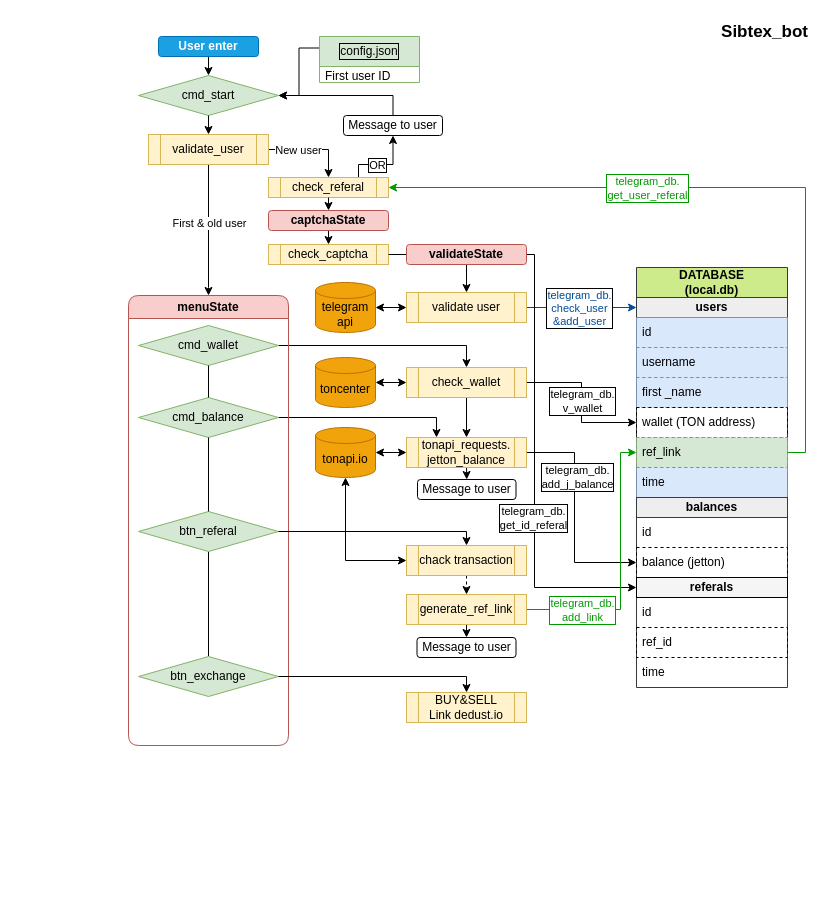
traptor/Sibton keeps this draw.io diagram as sibtex_bot.drawio. Above is the earlier version. Source tidied: cells renumbered, new cells numbered last; positions are measured from the earlier drawing's top-left corner, leaving out a move shared by most shapes. Both pictures are drawn from the tidied source at 100%, with x=0, y=0 at pixel (128, 17).
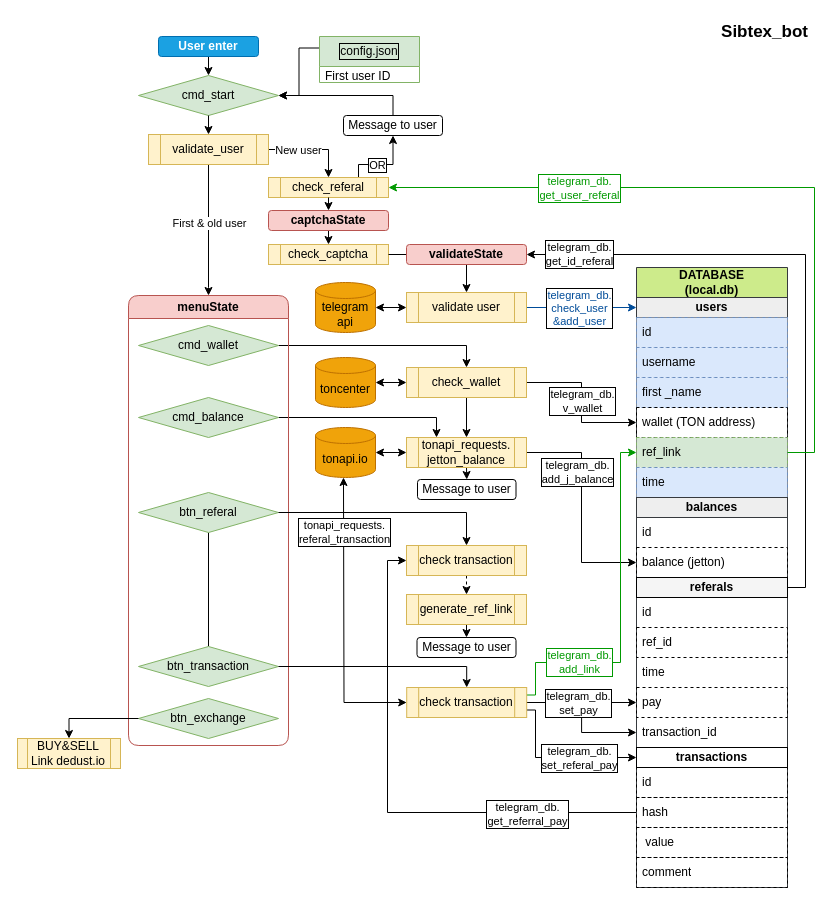
Above is the later version.

Unchanged cells that the change refers to:
```xml
<mxCell id="16" value="ref_link" style="text;strokeColor=#82b366;fillColor=#d5e8d4;align=left;verticalAlign=middle;spacingLeft=4;spacingRight=4;overflow=hidden;points=[[0,0.5],[1,0.5]];portConstraint=eastwest;whiteSpace=wrap;html=1;labelBackgroundColor=none;labelBorderColor=none;shadow=0;dashed=1;" parent="10" vertex="1">
  <mxGeometry y="170" width="151" height="30" as="geometry" />
</mxCell>
<mxCell id="20" value="balance (jetton)" style="text;strokeColor=default;fillColor=none;align=left;verticalAlign=middle;spacingLeft=4;spacingRight=4;overflow=hidden;points=[[0,0.5],[1,0.5]];portConstraint=eastwest;whiteSpace=wrap;html=1;fontColor=#000000;dashed=1;" parent="10" vertex="1">
  <mxGeometry y="280" width="151" height="30" as="geometry" />
</mxCell>
<mxCell id="21" value="&lt;font color=&quot;#000000&quot;&gt;referals&lt;/font&gt;" style="text;strokeColor=#000000;fillColor=#f5f5f5;align=center;verticalAlign=middle;spacingLeft=4;spacingRight=4;overflow=hidden;points=[[0,0.5],[1,0.5]];portConstraint=eastwest;whiteSpace=wrap;html=1;fontColor=#333333;fontStyle=1;gradientColor=none;" parent="10" vertex="1">
  <mxGeometry y="310" width="151" height="20" as="geometry" />
</mxCell>
<mxCell id="27" value="tonapi.io" style="shape=cylinder3;whiteSpace=wrap;html=1;boundedLbl=1;backgroundOutline=1;size=8;fillColor=#f0a30a;fontColor=#000000;strokeColor=#BD7000;" parent="1" vertex="1">
  <mxGeometry x="187" y="410" width="60" height="50" as="geometry" />
</mxCell>
<mxCell id="46" value="generate_ref_link" style="shape=process;whiteSpace=wrap;html=1;backgroundOutline=1;fillColor=#fff2cc;strokeColor=#d6b656;" parent="1" vertex="1">
  <mxGeometry x="278" y="577" width="120" height="30" as="geometry" />
</mxCell>
<mxCell id="57" value="menuState" style="swimlane;whiteSpace=wrap;html=1;fillColor=#f8cecc;strokeColor=#b85450;rounded=1;" parent="1" vertex="1">
  <mxGeometry y="278" width="160" height="450" as="geometry" />
</mxCell>
<mxCell id="58" value="cmd_wallet" style="rhombus;whiteSpace=wrap;html=1;labelBackgroundColor=none;labelBorderColor=none;fillColor=#d5e8d4;strokeColor=#82b366;" parent="57" vertex="1">
  <mxGeometry x="10" y="30" width="140" height="40" as="geometry" />
</mxCell>
<mxCell id="59" value="cmd_balance" style="rhombus;whiteSpace=wrap;html=1;labelBackgroundColor=none;labelBorderColor=none;fillColor=#d5e8d4;strokeColor=#82b366;" parent="57" vertex="1">
  <mxGeometry x="10" y="102" width="140" height="40" as="geometry" />
</mxCell>
<mxCell id="68" value="check_referal" style="shape=process;whiteSpace=wrap;html=1;backgroundOutline=1;labelBorderColor=none;strokeColor=#d6b656;fillColor=#fff2cc;" parent="1" vertex="1">
  <mxGeometry x="140" y="160" width="120" height="20" as="geometry" />
</mxCell>
<mxCell id="74" value="&lt;b&gt;validateState&lt;/b&gt;" style="rounded=1;whiteSpace=wrap;html=1;fillColor=#f8cecc;strokeColor=#b85450;glass=0;shadow=0;" parent="1" vertex="1">
  <mxGeometry x="278" y="227" width="120" height="20" as="geometry" />
</mxCell>
<mxCell id="76" value="tonapi_requests.&lt;br&gt;jetton_balance" style="shape=process;whiteSpace=wrap;html=1;backgroundOutline=1;fillColor=#fff2cc;strokeColor=#d6b656;" parent="1" vertex="1">
  <mxGeometry x="278" y="420" width="120" height="30" as="geometry" />
</mxCell>
```

Change to the diagram source:
```diff
@@
+    <mxCell id="84" style="edgeStyle=orthogonalEdgeStyle;rounded=0;jettySize=auto;html=1;exitX=1;exitY=0.5;exitDx=0;exitDy=0;entryX=0;entryY=0.5;entryDx=0;entryDy=0;fontColor=#000000;startArrow=none;startFill=0;endArrow=classic;endFill=1;" parent="1" edge="1" source="101" target="88">
+      <mxGeometry relative="1" as="geometry" />
+    </mxCell>
+    <mxCell id="85" style="edgeStyle=orthogonalEdgeStyle;rounded=0;jettySize=auto;html=1;exitX=0;exitY=0.5;exitDx=0;exitDy=0;fontColor=#000000;entryX=0;entryY=0.5;entryDx=0;entryDy=0;" parent="1" edge="1" source="91" target="83">
+      <mxGeometry relative="1" as="geometry">
+        <Array as="points">
+          <mxPoint x="259" y="795" />
+          <mxPoint x="259" y="543" />
+        </Array>
+      </mxGeometry>
+    </mxCell>
+    <mxCell id="86" value="telegram_db.&lt;br style=&quot;border-color: var(--border-color);&quot;&gt;&lt;span style=&quot;&quot;&gt;get_referral_pay&lt;/span&gt;" style="edgeLabel;html=1;align=center;verticalAlign=middle;fontColor=#000000;labelBorderColor=default;" parent="85" vertex="1">
+      <mxGeometry x="-0.26" y="1" relative="1" as="geometry">
+        <mxPoint x="82" as="offset" />
+      </mxGeometry>
+    </mxCell>
+    <mxCell id="41" style="edgeStyle=orthogonalEdgeStyle;rounded=0;jettySize=auto;html=1;entryX=1;entryY=0.5;entryDx=0;entryDy=0;endArrow=none;endFill=0;exitX=1;exitY=0.5;exitDx=0;exitDy=0;startArrow=classic;startFill=1;" parent="1" edge="1" source="74" target="21">
+      <mxGeometry relative="1" as="geometry">
+        <Array as="points">
+          <mxPoint x="677" y="237" />
+          <mxPoint x="677" y="570" />
+        </Array>
+      </mxGeometry>
+    </mxCell>
+    <mxCell id="42" value="telegram_db.&lt;br&gt;get_id_referal" style="edgeLabel;html=1;align=center;verticalAlign=middle;labelBorderColor=default;" parent="41" vertex="1">
+      <mxGeometry x="0.68" y="2" relative="1" as="geometry">
+        <mxPoint x="-229" y="-251" as="offset" />
+      </mxGeometry>
+    </mxCell>
@@
     <mxCell id="10" value="DATABASE&lt;br&gt;(local.db)" style="swimlane;fontStyle=1;horizontal=1;startSize=30;whiteSpace=wrap;html=1;fillColor=#cdeb8b;strokeColor=#36393d;" parent="1" vertex="1">
-      <mxGeometry x="508" y="250" width="151" height="420" as="geometry" />
+      <mxGeometry x="508" y="250" width="151" height="620" as="geometry" />
     </mxCell>
@@
+    <mxCell id="87" value="pay" style="text;strokeColor=default;fillColor=none;align=left;verticalAlign=middle;spacingLeft=4;spacingRight=4;overflow=hidden;points=[[0,0.5],[1,0.5]];portConstraint=eastwest;whiteSpace=wrap;html=1;fontColor=#000000;dashed=1;" parent="10" vertex="1">
+      <mxGeometry y="420" width="151" height="30" as="geometry" />
+    </mxCell>
+    <mxCell id="88" value="transaction_id" style="text;strokeColor=none;fillColor=none;align=left;verticalAlign=middle;spacingLeft=4;spacingRight=4;overflow=hidden;points=[[0,0.5],[1,0.5]];portConstraint=eastwest;whiteSpace=wrap;html=1;fontColor=#000000;dashed=1;" parent="10" vertex="1">
+      <mxGeometry y="450" width="151" height="30" as="geometry" />
+    </mxCell>
+    <mxCell id="89" value="transactions" style="text;strokeColor=default;fillColor=none;align=center;verticalAlign=middle;spacingLeft=4;spacingRight=4;overflow=hidden;points=[[0,0.5],[1,0.5]];portConstraint=eastwest;whiteSpace=wrap;html=1;fontColor=#000000;fontStyle=1;" parent="10" vertex="1">
+      <mxGeometry y="480" width="151" height="20" as="geometry" />
+    </mxCell>
+    <mxCell id="90" value="id" style="text;strokeColor=default;fillColor=none;align=left;verticalAlign=middle;spacingLeft=4;spacingRight=4;overflow=hidden;whiteSpace=wrap;html=1;fontColor=#000000;dashed=1;" parent="10" vertex="1">
+      <mxGeometry y="500" width="151" height="30" as="geometry" />
+    </mxCell>
+    <mxCell id="91" value="hash" style="text;strokeColor=default;fillColor=none;align=left;verticalAlign=middle;spacingLeft=4;spacingRight=4;overflow=hidden;points=[[0,0.5],[1,0.5]];portConstraint=eastwest;whiteSpace=wrap;html=1;fontColor=#000000;dashed=1;" parent="10" vertex="1">
+      <mxGeometry y="530" width="151" height="30" as="geometry" />
+    </mxCell>
+    <mxCell id="92" value="&amp;nbsp;value" style="text;strokeColor=default;fillColor=none;align=left;verticalAlign=middle;spacingLeft=4;spacingRight=4;overflow=hidden;whiteSpace=wrap;html=1;fontColor=#000000;dashed=1;" parent="10" vertex="1">
+      <mxGeometry y="560" width="151" height="30" as="geometry" />
+    </mxCell>
+    <mxCell id="93" value="comment" style="text;strokeColor=default;fillColor=none;align=left;verticalAlign=middle;spacingLeft=4;spacingRight=4;overflow=hidden;whiteSpace=wrap;html=1;fontColor=#000000;dashed=1;" parent="10" vertex="1">
+      <mxGeometry y="590" width="151" height="30" as="geometry" />
+    </mxCell>
     <mxCell id="25" value="telegram_db.&lt;br&gt;add_j_balance" style="edgeStyle=orthogonalEdgeStyle;rounded=0;jettySize=auto;html=1;exitX=1;exitY=0.5;exitDx=0;exitDy=0;entryX=0;entryY=0.5;entryDx=0;entryDy=0;verticalAlign=middle;labelBorderColor=default;" parent="1" edge="1" source="76" target="20">
-      <mxGeometry x="-0.34" y="3" relative="1" as="geometry">
+      <mxGeometry x="-0.32" y="-4" relative="1" as="geometry">
         <Array as="points">
-          <mxPoint x="446" y="435" />
-          <mxPoint x="446" y="545" />
+          <mxPoint x="453" y="435" />
+          <mxPoint x="453" y="545" />
         </Array>
       </mxGeometry>
     </mxCell>
@@
-    <mxCell id="41" style="edgeStyle=orthogonalEdgeStyle;rounded=0;jettySize=auto;html=1;entryX=0;entryY=0.5;entryDx=0;entryDy=0;endArrow=classic;endFill=1;exitX=1;exitY=0.5;exitDx=0;exitDy=0;" parent="1" edge="1" source="74" target="21">
-      <mxGeometry relative="1" as="geometry">
-        <Array as="points">
-          <mxPoint x="406" y="237" />
-          <mxPoint x="406" y="570" />
-        </Array>
-      </mxGeometry>
-    </mxCell>
-    <mxCell id="42" value="telegram_db.&lt;br&gt;get_id_referal" style="edgeLabel;html=1;align=center;verticalAlign=middle;labelBorderColor=default;" parent="41" vertex="1">
-      <mxGeometry x="0.68" y="2" relative="1" as="geometry">
-        <mxPoint x="-33" y="-68" as="offset" />
-      </mxGeometry>
-    </mxCell>
-    <mxCell id="43" style="edgeStyle=orthogonalEdgeStyle;rounded=0;jettySize=auto;html=1;exitX=1;exitY=0.5;exitDx=0;exitDy=0;entryX=0;entryY=0.5;entryDx=0;entryDy=0;endArrow=classic;endFill=1;strokeColor=#009900;" parent="1" edge="1" source="46" target="16">
+    <mxCell id="43" style="edgeStyle=orthogonalEdgeStyle;rounded=0;jettySize=auto;html=1;entryX=0;entryY=0.5;entryDx=0;entryDy=0;endArrow=classic;endFill=1;strokeColor=#009900;exitX=1;exitY=0.25;exitDx=0;exitDy=0;" parent="1" edge="1" source="101" target="16">
       <mxGeometry relative="1" as="geometry">
         <Array as="points">
-          <mxPoint x="492" y="592" />
+          <mxPoint x="407" y="678" />
+          <mxPoint x="407" y="645" />
+          <mxPoint x="492" y="645" />
           <mxPoint x="492" y="435" />
         </Array>
       </mxGeometry>
     </mxCell>
     <mxCell id="44" value="telegram_db.&lt;br&gt;add_link" style="edgeLabel;html=1;align=center;verticalAlign=middle;labelBorderColor=#009900;fontColor=#009900;" parent="43" vertex="1">
       <mxGeometry x="-0.31" y="1" relative="1" as="geometry">
-        <mxPoint x="-37" y="1" as="offset" />
+        <mxPoint x="-37" as="offset" />
       </mxGeometry>
     </mxCell>
@@
     <mxCell id="55" style="edgeStyle=elbowEdgeStyle;rounded=0;jettySize=auto;html=1;exitX=1;exitY=0.5;exitDx=0;exitDy=0;endArrow=classic;endFill=1;entryX=1;entryY=0.5;entryDx=0;entryDy=0;startArrow=none;startFill=0;strokeColor=#009900;" parent="1" edge="1" source="16" target="68">
       <mxGeometry relative="1" as="geometry">
         <Array as="points">
-          <mxPoint x="677" y="256" />
+          <mxPoint x="686" y="302" />
         </Array>
       </mxGeometry>
     </mxCell>
     <mxCell id="56" value="telegram_db.&lt;br&gt;get_user_referal" style="edgeLabel;html=1;align=center;verticalAlign=middle;labelBorderColor=#009900;fontColor=#009900;" parent="55" vertex="1">
       <mxGeometry x="0.26" y="-2" relative="1" as="geometry">
-        <mxPoint x="-1" y="2" as="offset" />
+        <mxPoint x="-76" y="2" as="offset" />
       </mxGeometry>
     </mxCell>
@@
-    <mxCell id="60" style="edgeStyle=orthogonalEdgeStyle;rounded=0;jettySize=auto;html=1;exitX=0.5;exitY=1;exitDx=0;exitDy=0;labelBorderColor=default;startArrow=none;startFill=0;endArrow=none;endFill=0;entryX=0.5;entryY=0;entryDx=0;entryDy=0;" parent="57" edge="1" source="58" target="59">
-      <mxGeometry relative="1" as="geometry" />
-    </mxCell>
-    <mxCell id="61" style="edgeStyle=orthogonalEdgeStyle;rounded=0;jettySize=auto;html=1;exitX=0.5;exitY=1;exitDx=0;exitDy=0;entryX=0.5;entryY=0;entryDx=0;entryDy=0;endArrow=none;endFill=0;" parent="57" edge="1" source="62" target="64">
-      <mxGeometry relative="1" as="geometry" />
-    </mxCell>
+    <mxCell id="94" style="edgeStyle=orthogonalEdgeStyle;rounded=0;jettySize=auto;html=1;exitX=0.5;exitY=1;exitDx=0;exitDy=0;entryX=0.5;entryY=0;entryDx=0;entryDy=0;fontColor=#000000;endArrow=none;endFill=0;" parent="57" edge="1" source="62" target="95">
+      <mxGeometry relative="1" as="geometry" />
+    </mxCell>
     <mxCell id="62" value="btn_referal" style="rhombus;whiteSpace=wrap;html=1;labelBackgroundColor=none;labelBorderColor=none;fillColor=#d5e8d4;strokeColor=#82b366;" parent="57" vertex="1">
-      <mxGeometry x="10" y="216" width="140" height="40" as="geometry" />
+      <mxGeometry x="10" y="197" width="140" height="40" as="geometry" />
     </mxCell>
-    <mxCell id="63" style="edgeStyle=orthogonalEdgeStyle;rounded=0;jettySize=auto;html=1;exitX=0.5;exitY=1;exitDx=0;exitDy=0;endArrow=none;endFill=0;" parent="57" edge="1" source="59" target="62">
-      <mxGeometry relative="1" as="geometry" />
-    </mxCell>
     <mxCell id="64" value="btn_exchange" style="rhombus;whiteSpace=wrap;html=1;labelBackgroundColor=none;labelBorderColor=none;fillColor=#d5e8d4;strokeColor=#82b366;" parent="57" vertex="1">
-      <mxGeometry x="10" y="361" width="140" height="40" as="geometry" />
+      <mxGeometry x="10" y="403" width="140" height="40" as="geometry" />
     </mxCell>
+    <mxCell id="95" value="btn_transaction" style="rhombus;whiteSpace=wrap;html=1;labelBackgroundColor=none;labelBorderColor=none;fillColor=#d5e8d4;strokeColor=#82b366;" parent="57" vertex="1">
+      <mxGeometry x="10" y="351" width="140" height="40" as="geometry" />
+    </mxCell>
@@
     <mxCell id="79" value="BUY&amp;amp;SELL&lt;br&gt;Link dedust.io" style="shape=process;whiteSpace=wrap;html=1;backgroundOutline=1;fillColor=#fff2cc;strokeColor=#d6b656;" parent="1" vertex="1">
-      <mxGeometry x="278" y="675" width="120" height="30" as="geometry" />
+      <mxGeometry x="-111" y="721" width="103" height="30" as="geometry" />
     </mxCell>
+    <mxCell id="82" style="edgeStyle=orthogonalEdgeStyle;rounded=0;jettySize=auto;html=1;exitX=0;exitY=0.5;exitDx=0;exitDy=0;entryX=0.5;entryY=1;entryDx=0;entryDy=0;entryPerimeter=0;endArrow=classic;endFill=1;startArrow=classic;startFill=1;" parent="1" edge="1" source="101">
+      <mxGeometry relative="1" as="geometry">
+        <mxPoint x="215" y="460" as="targetPoint" />
+      </mxGeometry>
+    </mxCell>
+    <mxCell id="96" value="tonapi_requests.&lt;br&gt;referal_transaction" style="edgeLabel;html=1;align=center;verticalAlign=middle;fontColor=#000000;labelBorderColor=default;" parent="82" vertex="1">
+      <mxGeometry x="0.05" relative="1" as="geometry">
+        <mxPoint y="-82" as="offset" />
+      </mxGeometry>
+    </mxCell>
+    <mxCell id="83" value="check transaction" style="shape=process;whiteSpace=wrap;html=1;backgroundOutline=1;fillColor=#fff2cc;strokeColor=#d6b656;" parent="1" vertex="1">
+      <mxGeometry x="278" y="528" width="120" height="30" as="geometry" />
+    </mxCell>
+    <mxCell id="97" style="edgeStyle=orthogonalEdgeStyle;rounded=0;jettySize=auto;html=1;exitX=1;exitY=0.75;exitDx=0;exitDy=0;entryX=0;entryY=0.5;entryDx=0;entryDy=0;fontColor=#000000;startArrow=none;startFill=0;endArrow=classic;endFill=1;" parent="1" edge="1" source="101" target="89">
+      <mxGeometry relative="1" as="geometry">
+        <Array as="points">
+          <mxPoint x="407" y="693" />
+          <mxPoint x="407" y="740" />
+        </Array>
+      </mxGeometry>
+    </mxCell>
+    <mxCell id="98" value="telegram_db.&lt;br&gt;set_referal_pay" style="edgeLabel;html=1;align=center;verticalAlign=middle;fontColor=#000000;labelBorderColor=default;" parent="97" vertex="1">
+      <mxGeometry x="-0.14" y="-1" relative="1" as="geometry">
+        <mxPoint x="32" y="-1" as="offset" />
+      </mxGeometry>
+    </mxCell>
+    <mxCell id="99" style="edgeStyle=orthogonalEdgeStyle;rounded=0;jettySize=auto;html=1;exitX=1;exitY=0.5;exitDx=0;exitDy=0;entryX=0;entryY=0.5;entryDx=0;entryDy=0;fontColor=#000000;startArrow=none;startFill=0;endArrow=classic;endFill=1;" parent="1" edge="1" source="101" target="87">
+      <mxGeometry relative="1" as="geometry" />
+    </mxCell>
+    <mxCell id="100" value="telegram_db.&lt;br style=&quot;border-color: var(--border-color);&quot;&gt;set_pay" style="edgeLabel;html=1;align=center;verticalAlign=middle;fontColor=#000000;labelBorderColor=default;" parent="99" vertex="1">
+      <mxGeometry x="-0.29" y="-1" relative="1" as="geometry">
+        <mxPoint x="12" y="-1" as="offset" />
+      </mxGeometry>
+    </mxCell>
+    <mxCell id="101" value="check transaction" style="shape=process;whiteSpace=wrap;html=1;backgroundOutline=1;fillColor=#fff2cc;strokeColor=#d6b656;" parent="1" vertex="1">
+      <mxGeometry x="278.2" y="670" width="120" height="30" as="geometry" />
+    </mxCell>
-    <mxCell id="80" style="edgeStyle=orthogonalEdgeStyle;rounded=0;jettySize=auto;html=1;entryX=0.5;entryY=0;entryDx=0;entryDy=0;exitX=1;exitY=0.5;exitDx=0;exitDy=0;" parent="1" edge="1" source="64" target="79">
-      <mxGeometry relative="1" as="geometry">
-        <Array as="points">
-          <mxPoint x="338" y="659" />
-        </Array>
-      </mxGeometry>
+    <mxCell id="80" style="edgeStyle=orthogonalEdgeStyle;rounded=0;jettySize=auto;html=1;exitX=0;exitY=0.5;exitDx=0;exitDy=0;entryX=0.5;entryY=0;entryDx=0;entryDy=0;fontColor=#000000;" parent="1" edge="1" source="64" target="79">
+      <mxGeometry relative="1" as="geometry" />
     </mxCell>
+    <mxCell id="102" style="edgeStyle=orthogonalEdgeStyle;rounded=0;jettySize=auto;html=1;exitX=1;exitY=0.5;exitDx=0;exitDy=0;entryX=0.5;entryY=0;entryDx=0;entryDy=0;fontColor=#000000;" parent="1" edge="1" source="95" target="101">
+      <mxGeometry relative="1" as="geometry">
+        <Array as="points">
+          <mxPoint x="338" y="649" />
+        </Array>
+      </mxGeometry>
+    </mxCell>
-    <mxCell id="81" style="edgeStyle=orthogonalEdgeStyle;rounded=0;jettySize=auto;html=1;exitX=1;exitY=0.5;exitDx=0;exitDy=0;entryX=0.5;entryY=0;entryDx=0;entryDy=0;" parent="1" edge="1" source="62" target="83">
-      <mxGeometry relative="1" as="geometry">
-        <Array as="points">
-          <mxPoint x="338" y="514" />
-        </Array>
-      </mxGeometry>
+    <mxCell id="81" style="edgeStyle=orthogonalEdgeStyle;rounded=0;jettySize=auto;html=1;exitX=1;exitY=0.5;exitDx=0;exitDy=0;fontColor=#000000;" parent="1" edge="1" source="62" target="83">
+      <mxGeometry relative="1" as="geometry" />
     </mxCell>
-    <mxCell id="82" style="edgeStyle=orthogonalEdgeStyle;rounded=0;jettySize=auto;html=1;exitX=0;exitY=0.5;exitDx=0;exitDy=0;entryX=0.5;entryY=1;entryDx=0;entryDy=0;entryPerimeter=0;endArrow=classic;endFill=1;startArrow=classic;startFill=1;" parent="1" edge="1" source="83" target="27">
-      <mxGeometry relative="1" as="geometry" />
-    </mxCell>
-    <mxCell id="83" value="chack transaction" style="shape=process;whiteSpace=wrap;html=1;backgroundOutline=1;fillColor=#fff2cc;strokeColor=#d6b656;" parent="1" vertex="1">
-      <mxGeometry x="278" y="528" width="120" height="30" as="geometry" />
-    </mxCell>
```
